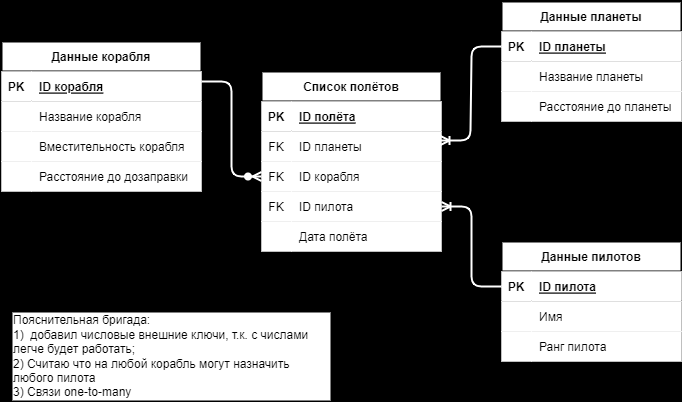
Above: part1/HW1.png in Kolesa-Education/kolesa-upgrade-homework-4 (draw.io), before the change. Source tidied: cells renumbered, new cells last; positions are measured from the earlier drawing's top-left corner, leaving out a move shared by most shapes.
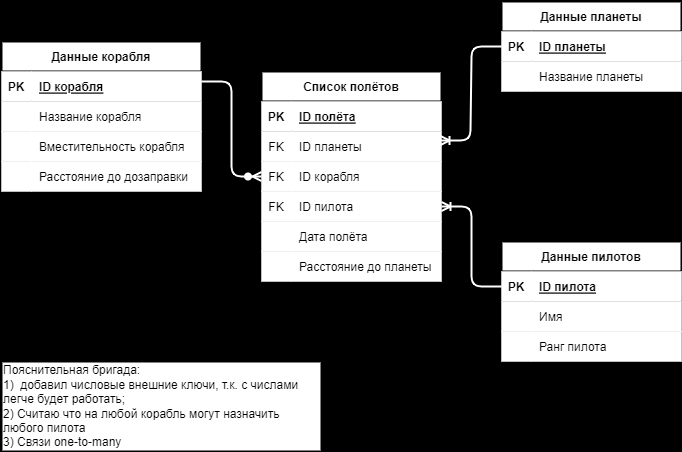
The same diagram one commit later.

Change to the diagram source:
```diff
@@ -3,7 +3,7 @@
     <mxCell id="0" />
     <mxCell id="1" parent="0" />
     <mxCell id="2" value="Список полётов" style="shape=table;startSize=30;rowLines=0;fontStyle=1;align=center;rounded=0;shadow=0;strokeWidth=2;labelBorderColor=none;labelBackgroundColor=none;sketch=0;" parent="1" vertex="1">
-      <mxGeometry x="260" y="70" width="180" height="190" as="geometry" />
+      <mxGeometry x="260" y="70" width="180" height="220" as="geometry" />
     </mxCell>
     <mxCell id="3" style="shape=partialRectangle;top=0;left=0;bottom=1;right=0;rounded=0;shadow=0;strokeWidth=2;labelBorderColor=none;labelBackgroundColor=none;sketch=0;" parent="2" vertex="1">
       <mxGeometry y="30" width="180" height="30" as="geometry" />
@@ -50,6 +50,15 @@
     <mxCell id="17" value="Дата полёта" style="shape=partialRectangle;top=0;left=0;bottom=0;right=0;align=left;spacingLeft=6;overflow=hidden;rounded=0;shadow=0;strokeWidth=2;labelBorderColor=none;labelBackgroundColor=none;sketch=0;" parent="15" vertex="1">
       <mxGeometry x="30" width="150" height="30" as="geometry" />
     </mxCell>
+    <mxCell id="55" style="shape=partialRectangle;top=0;left=0;bottom=0;right=0;rounded=0;shadow=0;strokeWidth=2;labelBorderColor=none;labelBackgroundColor=none;sketch=0;" parent="2" vertex="1">
+      <mxGeometry y="180" width="180" height="30" as="geometry" />
+    </mxCell>
+    <mxCell id="39" style="shape=partialRectangle;top=0;left=0;bottom=0;right=0;overflow=hidden;rounded=0;shadow=0;strokeWidth=2;labelBorderColor=none;labelBackgroundColor=none;sketch=0;" parent="55" vertex="1">
+      <mxGeometry width="30" height="30" as="geometry" />
+    </mxCell>
+    <mxCell id="40" value="Расстояние до планеты" style="shape=partialRectangle;top=0;left=0;bottom=0;right=0;align=left;spacingLeft=6;overflow=hidden;rounded=0;shadow=0;strokeWidth=2;labelBorderColor=none;labelBackgroundColor=none;sketch=0;" parent="55" vertex="1">
+      <mxGeometry x="30" width="150" height="30" as="geometry" />
+    </mxCell>
     <mxCell id="18" value="Данные корабля" style="shape=table;startSize=30;rowLines=0;fontStyle=1;align=center;rounded=0;shadow=0;strokeWidth=2;labelBorderColor=none;labelBackgroundColor=none;sketch=0;" parent="1" vertex="1">
       <mxGeometry y="40" width="200" height="160" as="geometry" />
     </mxCell>
@@ -90,7 +99,7 @@
       <mxGeometry x="30" width="170" height="30" as="geometry" />
     </mxCell>
     <mxCell id="31" value="Данные планеты" style="shape=table;startSize=30;rowLines=0;fontStyle=1;align=center;rounded=0;shadow=0;strokeWidth=2;labelBorderColor=none;labelBackgroundColor=none;sketch=0;" parent="1" vertex="1">
-      <mxGeometry x="500" width="180" height="130" as="geometry" />
+      <mxGeometry x="500" width="180" height="100" as="geometry" />
     </mxCell>
     <mxCell id="32" style="shape=partialRectangle;top=0;left=0;bottom=1;right=0;points=[[0,0.5],[1,0.5]];portConstraint=eastwest;rounded=0;shadow=0;strokeWidth=2;labelBorderColor=none;labelBackgroundColor=none;sketch=0;" parent="31" vertex="1">
       <mxGeometry y="30" width="180" height="30" as="geometry" />
@@ -110,15 +119,6 @@
     <mxCell id="37" value="Название планеты" style="shape=partialRectangle;top=0;left=0;bottom=0;right=0;align=left;spacingLeft=6;overflow=hidden;rounded=0;shadow=0;strokeWidth=2;labelBorderColor=none;labelBackgroundColor=none;sketch=0;" parent="35" vertex="1">
       <mxGeometry x="30" width="150" height="30" as="geometry" />
     </mxCell>
-    <mxCell id="38" style="shape=partialRectangle;top=0;left=0;bottom=0;right=0;rounded=0;shadow=0;strokeWidth=2;labelBorderColor=none;labelBackgroundColor=none;sketch=0;" parent="31" vertex="1">
-      <mxGeometry y="90" width="180" height="30" as="geometry" />
-    </mxCell>
-    <mxCell id="39" style="shape=partialRectangle;top=0;left=0;bottom=0;right=0;overflow=hidden;rounded=0;shadow=0;strokeWidth=2;labelBorderColor=none;labelBackgroundColor=none;sketch=0;" parent="38" vertex="1">
-      <mxGeometry width="30" height="30" as="geometry" />
-    </mxCell>
-    <mxCell id="40" value="Расстояние до планеты" style="shape=partialRectangle;top=0;left=0;bottom=0;right=0;align=left;spacingLeft=6;overflow=hidden;rounded=0;shadow=0;strokeWidth=2;labelBorderColor=none;labelBackgroundColor=none;sketch=0;" parent="38" vertex="1">
-      <mxGeometry x="30" width="150" height="30" as="geometry" />
-    </mxCell>
     <mxCell id="41" value="Данные пилотов" style="shape=table;startSize=30;rowLines=0;fontStyle=1;align=center;rounded=0;shadow=0;strokeWidth=2;labelBorderColor=none;labelBackgroundColor=none;sketch=0;" parent="1" vertex="1">
       <mxGeometry x="500" y="240" width="180" height="130" as="geometry" />
     </mxCell>
@@ -150,7 +150,7 @@
       <mxGeometry x="30" width="150" height="30" as="geometry" />
     </mxCell>
     <mxCell id="51" value="Пояснительная бригада:&lt;br&gt;1)&amp;nbsp; добавил числовые внешние ключи, т.к. с числами легче будет работать;&lt;br&gt;2) Считаю что на любой корабль могут назначить любого пилота&lt;br&gt;3) Связи one-to-many" style="rounded=0;whiteSpace=wrap;html=1;align=left;shadow=0;strokeWidth=2;labelBorderColor=none;labelBackgroundColor=none;sketch=0;" parent="1" vertex="1">
-      <mxGeometry x="10" y="310" width="320" height="90" as="geometry" />
+      <mxGeometry y="360" width="320" height="90" as="geometry" />
     </mxCell>
     <mxCell id="52" style="edgeStyle=entityRelationEdgeStyle;fontSize=12;html=1;endArrow=none;strokeColor=#FFFFFF;startArrow=ERoneToMany;startFill=0;endFill=0;entryX=0;entryY=0.5;entryDx=0;entryDy=0;exitX=0.994;exitY=0.3;exitDx=0;exitDy=0;exitPerimeter=0;strokeWidth=2;" parent="1" edge="1" source="6" target="32">
       <mxGeometry relative="1" as="geometry" />
```
